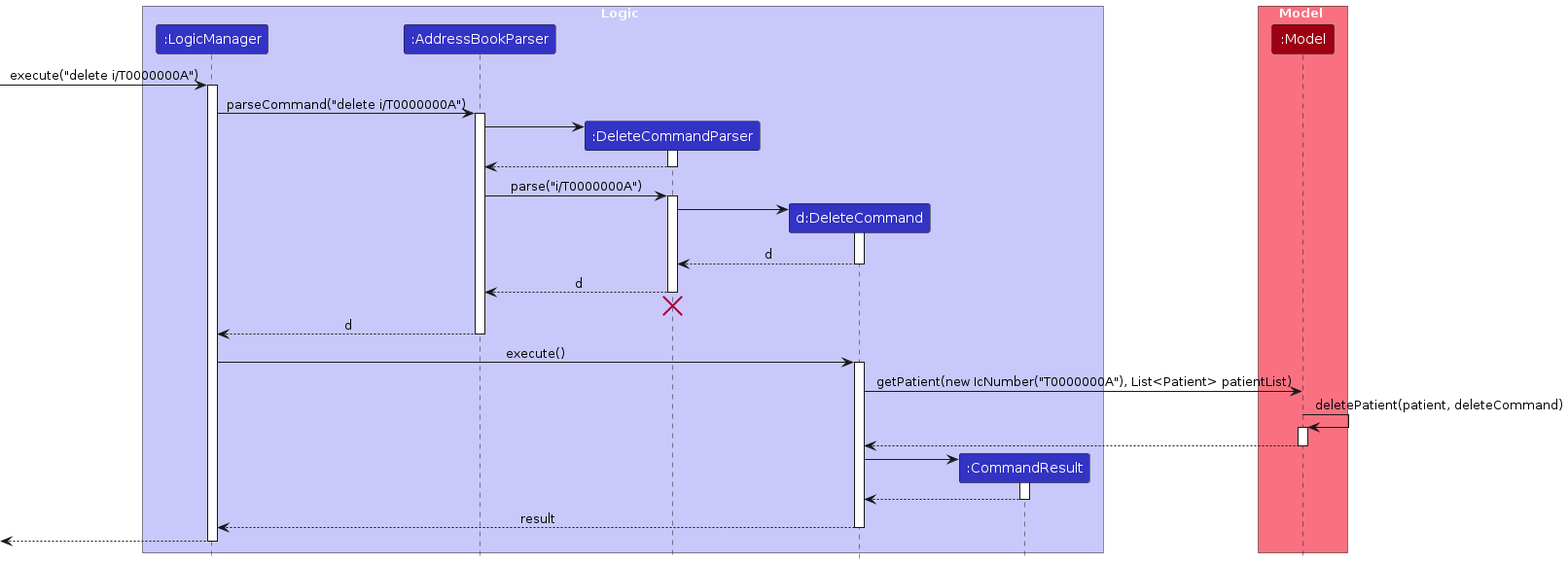
The PlantUML diagram diagrams/DeleteSequenceDiagram.png in AaronJT1/tp, before a commit. Its source is kept beside it as diagrams/DeleteSequenceDiagram.puml.
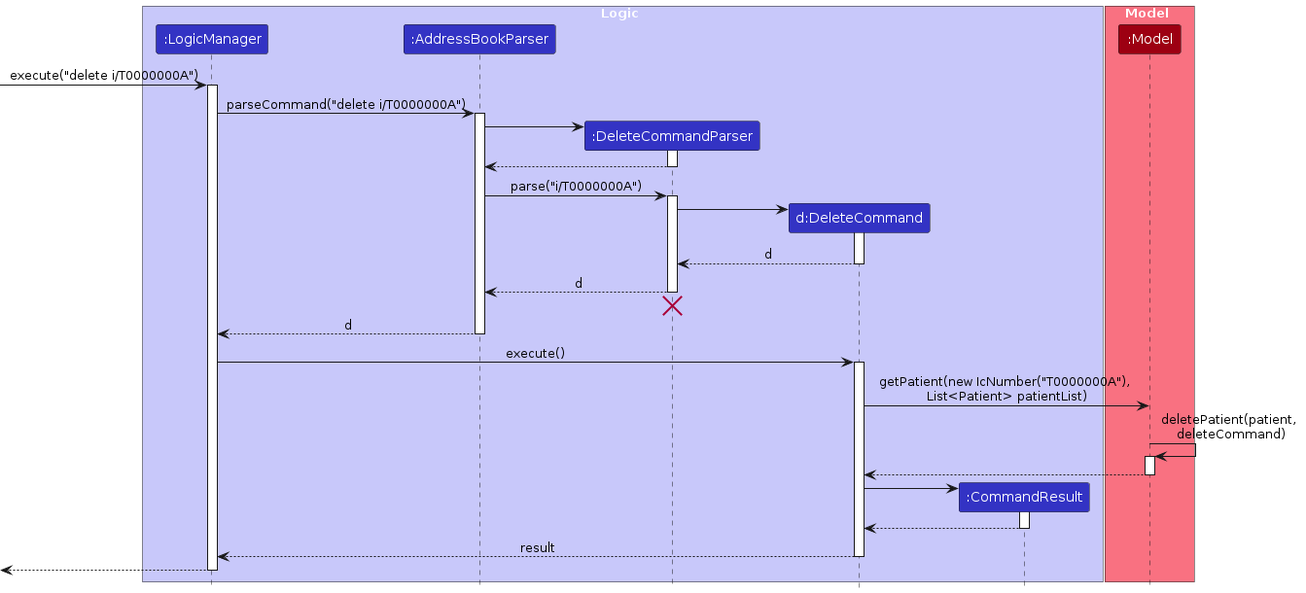
After the commit.

Diff of the diagram source:
```diff
@@ -48,9 +48,9 @@
 LogicManager -> DeleteCommand : execute()
 activate DeleteCommand
 
-DeleteCommand -> Model : getPatient(new IcNumber("T0000000A"), List<Patient> patientList)
+DeleteCommand -> Model : getPatient(new IcNumber("T0000000A"), \nList<Patient> patientList)
 
-Model -> Model : deletePatient(patient, deleteCommand)
+Model -> Model : deletePatient(patient, \ndeleteCommand)
 activate Model
 
 Model --> DeleteCommand
```
